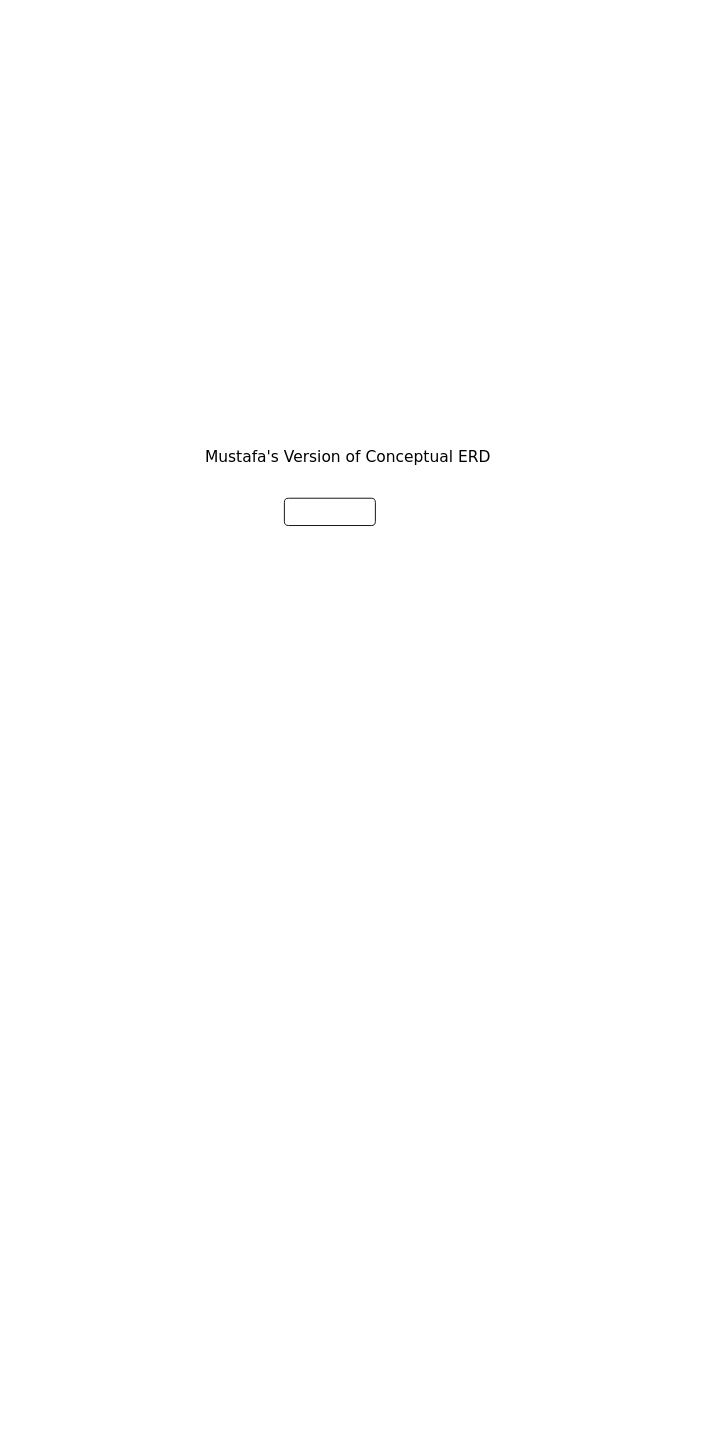
The draw.io diagram ERDs/01.Conceptual/Mustafa - Conceptual ERD.drawio in call911kid/ITI-LMS, before the edit. Source tidied: cells renumbered, new cells numbered last; positions are measured from the earlier drawing's top-left corner, leaving out a move shared by most shapes. Both pictures are drawn from the tidied source at 91%, with x=0, y=0 at pixel (197, 443).
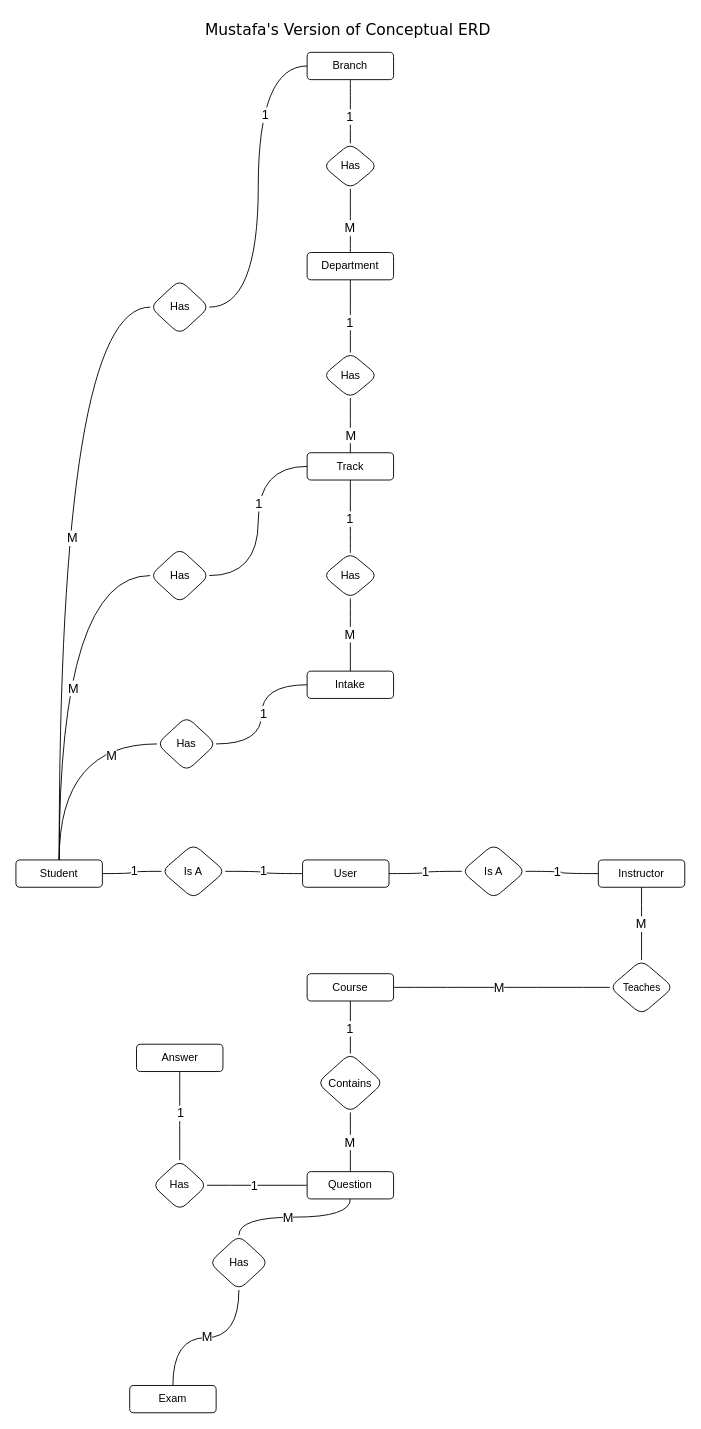
After the change.

Commit message (it also covers changes not shown here):
organizational hierarchy and user roles

Diff of the diagram source:
```diff
@@
     <mxCell id="2" value="Mustafa's Version of Conceptual ERD" style="text;html=1;whiteSpace=wrap;strokeColor=none;fillColor=none;align=center;verticalAlign=middle;rounded=0;fontFamily=Verdana;fontSize=17;" parent="1" vertex="1">
-      <mxGeometry width="330" height="30" as="geometry" />
+      <mxGeometry y="-470" width="330" height="30" as="geometry" />
     </mxCell>
+    <mxCell id="4" style="edgeStyle=orthogonalEdgeStyle;shape=connector;curved=1;rounded=0;jettySize=auto;html=1;strokeColor=default;align=center;verticalAlign=middle;fontFamily=Helvetica;fontSize=12;fontColor=default;labelBackgroundColor=default;endArrow=none;endFill=0;" parent="1" edge="1" source="3" target="58">
+      <mxGeometry relative="1" as="geometry" />
+    </mxCell>
+    <mxCell id="5" value="1" style="edgeLabel;html=1;align=center;verticalAlign=middle;rounded=1;strokeColor=default;fontFamily=Helvetica;fontSize=14;fontColor=default;fillColor=default;" parent="4" vertex="1">
+      <mxGeometry x="0.03" y="1" relative="1" as="geometry" />
+    </mxCell>
+    <mxCell id="6" style="edgeStyle=orthogonalEdgeStyle;shape=connector;curved=1;rounded=0;jettySize=auto;html=1;strokeColor=default;align=center;verticalAlign=middle;fontFamily=Helvetica;fontSize=12;fontColor=default;labelBackgroundColor=default;endArrow=none;endFill=0;" parent="1" edge="1" source="3" target="61">
+      <mxGeometry relative="1" as="geometry" />
+    </mxCell>
+    <mxCell id="7" value="1" style="edgeLabel;html=1;align=center;verticalAlign=middle;rounded=1;strokeColor=default;fontFamily=Helvetica;fontSize=14;fontColor=default;fillColor=default;" parent="6" vertex="1">
+      <mxGeometry x="0.04" y="-1" relative="1" as="geometry" />
+    </mxCell>
-    <mxCell id="3" style="rounded=1;whiteSpace=wrap;html=1;" parent="1" vertex="1">
-      <mxGeometry x="95" y="60" width="100" height="30" as="geometry" />
+    <mxCell id="3" value="User" style="rounded=1;whiteSpace=wrap;html=1;" parent="1" vertex="1">
+      <mxGeometry x="115" y="457.5" width="95" height="30" as="geometry" />
     </mxCell>
+    <mxCell id="8" style="edgeStyle=orthogonalEdgeStyle;shape=connector;curved=1;rounded=0;jettySize=auto;html=1;entryX=0;entryY=0.5;entryDx=0;entryDy=0;strokeColor=default;align=center;verticalAlign=middle;fontFamily=Helvetica;fontSize=12;fontColor=default;labelBackgroundColor=default;endArrow=none;endFill=0;exitX=0.5;exitY=0;exitDx=0;exitDy=0;" parent="1" edge="1" source="14" target="64">
+      <mxGeometry relative="1" as="geometry" />
+    </mxCell>
+    <mxCell id="9" value="M" style="edgeLabel;html=1;align=center;verticalAlign=middle;rounded=1;strokeColor=default;fontFamily=Helvetica;fontSize=14;fontColor=default;fillColor=default;" parent="8" vertex="1">
+      <mxGeometry x="0.57" y="-12" relative="1" as="geometry" />
+    </mxCell>
+    <mxCell id="10" style="edgeStyle=orthogonalEdgeStyle;shape=connector;curved=1;rounded=0;jettySize=auto;html=1;entryX=0;entryY=0.5;entryDx=0;entryDy=0;strokeColor=default;align=center;verticalAlign=middle;fontFamily=Helvetica;fontSize=12;fontColor=default;labelBackgroundColor=default;endArrow=none;endFill=0;exitX=0.5;exitY=0;exitDx=0;exitDy=0;" parent="1" edge="1" source="14" target="67">
+      <mxGeometry relative="1" as="geometry" />
+    </mxCell>
+    <mxCell id="11" value="M" style="edgeLabel;html=1;align=center;verticalAlign=middle;rounded=1;strokeColor=default;fontFamily=Helvetica;fontSize=14;fontColor=default;fillColor=default;" parent="10" vertex="1">
+      <mxGeometry x="-0.09" y="-15" relative="1" as="geometry">
+        <mxPoint y="-1" as="offset" />
+      </mxGeometry>
+    </mxCell>
+    <mxCell id="12" style="edgeStyle=orthogonalEdgeStyle;shape=connector;curved=1;rounded=0;jettySize=auto;html=1;entryX=0;entryY=0.5;entryDx=0;entryDy=0;strokeColor=default;align=center;verticalAlign=middle;fontFamily=Helvetica;fontSize=12;fontColor=default;labelBackgroundColor=default;endArrow=none;endFill=0;exitX=0.5;exitY=0;exitDx=0;exitDy=0;" parent="1" edge="1" source="14" target="70">
+      <mxGeometry relative="1" as="geometry" />
+    </mxCell>
+    <mxCell id="13" value="M" style="edgeLabel;html=1;align=center;verticalAlign=middle;rounded=1;strokeColor=default;fontFamily=Helvetica;fontSize=14;fontColor=default;fillColor=default;" parent="12" vertex="1">
+      <mxGeometry y="-14" relative="1" as="geometry" />
+    </mxCell>
+    <mxCell id="14" value="Student" style="rounded=1;whiteSpace=wrap;html=1;" parent="1" vertex="1">
+      <mxGeometry x="-200" y="457.5" width="95" height="30" as="geometry" />
+    </mxCell>
+    <mxCell id="15" value="Instructor" style="rounded=1;whiteSpace=wrap;html=1;" parent="1" vertex="1">
+      <mxGeometry x="440" y="457.5" width="95" height="30" as="geometry" />
+    </mxCell>
+    <mxCell id="16" style="edgeStyle=orthogonalEdgeStyle;shape=connector;curved=1;rounded=0;jettySize=auto;html=1;strokeColor=default;align=center;verticalAlign=middle;fontFamily=Helvetica;fontSize=12;fontColor=default;labelBackgroundColor=default;endArrow=none;endFill=0;" parent="1" edge="1" source="18" target="31">
+      <mxGeometry relative="1" as="geometry" />
+    </mxCell>
+    <mxCell id="17" value="M" style="edgeLabel;html=1;align=center;verticalAlign=middle;rounded=1;strokeColor=default;fontFamily=Helvetica;fontSize=14;fontColor=default;fillColor=default;" parent="16" vertex="1">
+      <mxGeometry x="-0.03" relative="1" as="geometry" />
+    </mxCell>
+    <mxCell id="18" value="Course" style="rounded=1;whiteSpace=wrap;html=1;" parent="1" vertex="1">
+      <mxGeometry x="120" y="582.5" width="95" height="30" as="geometry" />
+    </mxCell>
+    <mxCell id="19" style="edgeStyle=orthogonalEdgeStyle;shape=connector;curved=1;rounded=0;jettySize=auto;html=1;strokeColor=default;align=center;verticalAlign=middle;fontFamily=Helvetica;fontSize=11;fontColor=default;labelBackgroundColor=default;endArrow=none;endFill=0;" parent="1" edge="1" source="25" target="35">
+      <mxGeometry relative="1" as="geometry" />
+    </mxCell>
+    <mxCell id="20" value="1" style="edgeLabel;html=1;align=center;verticalAlign=middle;fontFamily=Helvetica;fontSize=14;fontColor=default;labelBackgroundColor=default;" parent="19" vertex="1">
+      <mxGeometry x="-0.61" y="-1" relative="1" as="geometry">
+        <mxPoint x="-38" y="1" as="offset" />
+      </mxGeometry>
+    </mxCell>
+    <mxCell id="21" style="edgeStyle=orthogonalEdgeStyle;shape=connector;curved=1;rounded=0;jettySize=auto;html=1;entryX=0.5;entryY=0;entryDx=0;entryDy=0;strokeColor=default;align=center;verticalAlign=middle;fontFamily=Helvetica;fontSize=11;fontColor=default;labelBackgroundColor=default;endArrow=none;endFill=0;exitX=0.5;exitY=1;exitDx=0;exitDy=0;" parent="1" edge="1" source="25" target="55">
+      <mxGeometry relative="1" as="geometry" />
+    </mxCell>
+    <mxCell id="22" value="M" style="edgeLabel;html=1;align=center;verticalAlign=middle;fontFamily=Helvetica;fontSize=14;fontColor=default;labelBackgroundColor=default;" parent="21" vertex="1">
+      <mxGeometry x="-0.55" y="-6" relative="1" as="geometry">
+        <mxPoint x="-52" y="6" as="offset" />
+      </mxGeometry>
+    </mxCell>
+    <mxCell id="23" style="edgeStyle=orthogonalEdgeStyle;shape=connector;curved=1;rounded=0;jettySize=auto;html=1;strokeColor=default;align=center;verticalAlign=middle;fontFamily=Helvetica;fontSize=12;fontColor=default;labelBackgroundColor=default;endArrow=none;endFill=0;" parent="1" edge="1" source="25" target="73">
+      <mxGeometry relative="1" as="geometry" />
+    </mxCell>
+    <mxCell id="24" value="M" style="edgeLabel;html=1;align=center;verticalAlign=middle;rounded=1;strokeColor=default;fontFamily=Helvetica;fontSize=14;fontColor=default;fillColor=default;" parent="23" vertex="1">
+      <mxGeometry x="0.02" y="1" relative="1" as="geometry" />
+    </mxCell>
+    <mxCell id="25" value="Question" style="rounded=1;whiteSpace=wrap;html=1;" parent="1" vertex="1">
+      <mxGeometry x="120" y="800" width="95" height="30" as="geometry" />
+    </mxCell>
+    <mxCell id="26" style="edgeStyle=orthogonalEdgeStyle;shape=connector;curved=1;rounded=0;jettySize=auto;html=1;strokeColor=default;align=center;verticalAlign=middle;fontFamily=Helvetica;fontSize=11;fontColor=default;labelBackgroundColor=default;endArrow=none;endFill=0;" parent="1" edge="1" source="28" target="55">
+      <mxGeometry relative="1" as="geometry" />
+    </mxCell>
+    <mxCell id="27" value="M" style="edgeLabel;html=1;align=center;verticalAlign=middle;fontFamily=Helvetica;fontSize=14;fontColor=default;labelBackgroundColor=default;" parent="26" vertex="1">
+      <mxGeometry y="1" relative="1" as="geometry" />
+    </mxCell>
+    <mxCell id="28" value="Exam" style="rounded=1;whiteSpace=wrap;html=1;" parent="1" vertex="1">
+      <mxGeometry x="-75" y="1035" width="95" height="30" as="geometry" />
+    </mxCell>
+    <mxCell id="29" style="edgeStyle=orthogonalEdgeStyle;shape=connector;curved=1;rounded=0;jettySize=auto;html=1;entryX=0.5;entryY=1;entryDx=0;entryDy=0;strokeColor=default;align=center;verticalAlign=middle;fontFamily=Helvetica;fontSize=11;fontColor=default;labelBackgroundColor=default;endArrow=none;endFill=0;" parent="1" edge="1" source="31" target="15">
+      <mxGeometry relative="1" as="geometry" />
+    </mxCell>
+    <mxCell id="30" value="M" style="edgeLabel;html=1;align=center;verticalAlign=middle;rounded=1;strokeColor=default;fontFamily=Helvetica;fontSize=14;fontColor=default;fillColor=default;" parent="29" vertex="1">
+      <mxGeometry x="-0.01" y="1" relative="1" as="geometry" />
+    </mxCell>
+    <mxCell id="31" value="Teaches" style="rhombus;whiteSpace=wrap;html=1;fontFamily=Helvetica;fontSize=11;fontColor=default;labelBackgroundColor=default;rounded=1;" parent="1" vertex="1">
+      <mxGeometry x="452.5" y="567.5" width="70" height="60" as="geometry" />
+    </mxCell>
+    <mxCell id="32" value="Answer" style="rounded=1;whiteSpace=wrap;html=1;" parent="1" vertex="1">
+      <mxGeometry x="-67.5" y="660" width="95" height="30" as="geometry" />
+    </mxCell>
+    <mxCell id="33" style="edgeStyle=orthogonalEdgeStyle;shape=connector;curved=1;rounded=0;jettySize=auto;html=1;strokeColor=default;align=center;verticalAlign=middle;fontFamily=Helvetica;fontSize=11;fontColor=default;labelBackgroundColor=default;endArrow=none;endFill=0;" parent="1" edge="1" source="35" target="32">
+      <mxGeometry relative="1" as="geometry" />
+    </mxCell>
+    <mxCell id="34" value="1" style="edgeLabel;html=1;align=center;verticalAlign=middle;fontFamily=Helvetica;fontSize=14;fontColor=default;labelBackgroundColor=default;" parent="33" vertex="1">
+      <mxGeometry x="0.05" y="-1" relative="1" as="geometry">
+        <mxPoint x="-1" y="-1" as="offset" />
+      </mxGeometry>
+    </mxCell>
+    <mxCell id="35" value="Has" style="rhombus;whiteSpace=wrap;html=1;rounded=1;" parent="1" vertex="1">
+      <mxGeometry x="-50" y="787.5" width="60" height="55" as="geometry" />
+    </mxCell>
+    <mxCell id="36" style="edgeStyle=orthogonalEdgeStyle;shape=connector;curved=1;rounded=0;jettySize=auto;html=1;strokeColor=default;align=center;verticalAlign=middle;fontFamily=Helvetica;fontSize=12;fontColor=default;labelBackgroundColor=default;endArrow=none;endFill=0;" parent="1" edge="1" source="38" target="46">
+      <mxGeometry relative="1" as="geometry" />
+    </mxCell>
+    <mxCell id="37" value="1" style="edgeLabel;html=1;align=center;verticalAlign=middle;rounded=1;strokeColor=default;fontFamily=Helvetica;fontSize=14;fontColor=default;fillColor=default;" parent="36" vertex="1">
+      <mxGeometry x="0.14" y="-1" relative="1" as="geometry" />
+    </mxCell>
+    <mxCell id="38" value="Branch" style="rounded=1;whiteSpace=wrap;html=1;" parent="1" vertex="1">
+      <mxGeometry x="120" y="-430" width="95" height="30" as="geometry" />
+    </mxCell>
+    <mxCell id="39" style="edgeStyle=orthogonalEdgeStyle;shape=connector;curved=1;rounded=0;jettySize=auto;html=1;entryX=0.5;entryY=0;entryDx=0;entryDy=0;strokeColor=default;align=center;verticalAlign=middle;fontFamily=Helvetica;fontSize=11;fontColor=default;labelBackgroundColor=default;endArrow=none;endFill=0;" parent="1" edge="1" source="43" target="49">
+      <mxGeometry relative="1" as="geometry" />
+    </mxCell>
+    <mxCell id="40" value="1" style="edgeLabel;html=1;align=center;verticalAlign=middle;fontFamily=Helvetica;fontSize=14;fontColor=default;labelBackgroundColor=default;" parent="39" vertex="1">
+      <mxGeometry x="0.15" y="-1" relative="1" as="geometry" />
+    </mxCell>
+    <mxCell id="41" style="edgeStyle=orthogonalEdgeStyle;shape=connector;curved=1;rounded=0;jettySize=auto;html=1;entryX=0.5;entryY=1;entryDx=0;entryDy=0;strokeColor=default;align=center;verticalAlign=middle;fontFamily=Helvetica;fontSize=12;fontColor=default;labelBackgroundColor=default;endArrow=none;endFill=0;" parent="1" edge="1" source="43" target="46">
+      <mxGeometry relative="1" as="geometry" />
+    </mxCell>
+    <mxCell id="42" value="M" style="edgeLabel;html=1;align=center;verticalAlign=middle;rounded=1;strokeColor=default;fontFamily=Helvetica;fontSize=14;fontColor=default;fillColor=default;" parent="41" vertex="1">
+      <mxGeometry x="-0.2" y="1" relative="1" as="geometry" />
+    </mxCell>
+    <mxCell id="43" value="Department" style="rounded=1;whiteSpace=wrap;html=1;" parent="1" vertex="1">
+      <mxGeometry x="120" y="-210" width="95" height="30" as="geometry" />
+    </mxCell>
+    <mxCell id="44" value="Intake" style="rounded=1;whiteSpace=wrap;html=1;" parent="1" vertex="1">
+      <mxGeometry x="120" y="250" width="95" height="30" as="geometry" />
+    </mxCell>
+    <mxCell id="45" value="Track" style="rounded=1;whiteSpace=wrap;html=1;" parent="1" vertex="1">
+      <mxGeometry x="120" y="10" width="95" height="30" as="geometry" />
+    </mxCell>
+    <mxCell id="46" value="Has" style="rhombus;whiteSpace=wrap;html=1;rounded=1;" parent="1" vertex="1">
+      <mxGeometry x="137.5" y="-330" width="60" height="50" as="geometry" />
+    </mxCell>
+    <mxCell id="47" style="edgeStyle=orthogonalEdgeStyle;shape=connector;curved=1;rounded=0;jettySize=auto;html=1;strokeColor=default;align=center;verticalAlign=middle;fontFamily=Helvetica;fontSize=11;fontColor=default;labelBackgroundColor=default;endArrow=none;endFill=0;" parent="1" edge="1" source="49" target="45">
+      <mxGeometry relative="1" as="geometry" />
+    </mxCell>
+    <mxCell id="48" value="M" style="edgeLabel;html=1;align=center;verticalAlign=middle;rounded=1;strokeColor=default;fontFamily=Helvetica;fontSize=14;fontColor=default;fillColor=default;" parent="47" vertex="1">
+      <mxGeometry x="0.18" y="13" relative="1" as="geometry">
+        <mxPoint x="-13" y="5" as="offset" />
+      </mxGeometry>
+    </mxCell>
+    <mxCell id="49" value="Has" style="rhombus;whiteSpace=wrap;html=1;rounded=1;" parent="1" vertex="1">
+      <mxGeometry x="137.5" y="-100" width="60" height="50" as="geometry" />
+    </mxCell>
+    <mxCell id="50" style="edgeStyle=orthogonalEdgeStyle;shape=connector;curved=1;rounded=0;jettySize=auto;html=1;entryX=0.5;entryY=1;entryDx=0;entryDy=0;strokeColor=default;align=center;verticalAlign=middle;fontFamily=Helvetica;fontSize=11;fontColor=default;labelBackgroundColor=default;endArrow=none;endFill=0;" parent="1" edge="1" source="54" target="45">
+      <mxGeometry relative="1" as="geometry" />
+    </mxCell>
+    <mxCell id="51" value="1" style="edgeLabel;html=1;align=center;verticalAlign=middle;rounded=1;strokeColor=default;fontFamily=Helvetica;fontSize=14;fontColor=default;fillColor=default;" parent="50" vertex="1">
+      <mxGeometry x="-0.04" y="1" relative="1" as="geometry" />
+    </mxCell>
+    <mxCell id="52" style="edgeStyle=orthogonalEdgeStyle;shape=connector;curved=1;rounded=0;jettySize=auto;html=1;strokeColor=default;align=center;verticalAlign=middle;fontFamily=Helvetica;fontSize=12;fontColor=default;labelBackgroundColor=default;endArrow=none;endFill=0;" parent="1" edge="1" source="54" target="44">
+      <mxGeometry relative="1" as="geometry" />
+    </mxCell>
+    <mxCell id="53" value="M" style="edgeLabel;html=1;align=center;verticalAlign=middle;rounded=1;strokeColor=default;fontFamily=Helvetica;fontSize=14;fontColor=default;fillColor=default;" parent="52" vertex="1">
+      <mxGeometry x="-0.03" y="-1" relative="1" as="geometry" />
+    </mxCell>
+    <mxCell id="54" value="Has" style="rhombus;whiteSpace=wrap;html=1;rounded=1;" parent="1" vertex="1">
+      <mxGeometry x="137.5" y="120" width="60" height="50" as="geometry" />
+    </mxCell>
+    <mxCell id="55" value="Has" style="rhombus;whiteSpace=wrap;html=1;rounded=1;" parent="1" vertex="1">
+      <mxGeometry x="12.5" y="870" width="65" height="60" as="geometry" />
+    </mxCell>
+    <mxCell id="56" style="edgeStyle=orthogonalEdgeStyle;shape=connector;curved=1;rounded=0;jettySize=auto;html=1;entryX=0;entryY=0.5;entryDx=0;entryDy=0;strokeColor=default;align=center;verticalAlign=middle;fontFamily=Helvetica;fontSize=12;fontColor=default;labelBackgroundColor=default;endArrow=none;endFill=0;" parent="1" edge="1" source="58" target="15">
+      <mxGeometry relative="1" as="geometry" />
+    </mxCell>
+    <mxCell id="57" value="1" style="edgeLabel;html=1;align=center;verticalAlign=middle;rounded=1;strokeColor=default;fontFamily=Helvetica;fontSize=14;fontColor=default;fillColor=default;" parent="56" vertex="1">
+      <mxGeometry x="-0.18" relative="1" as="geometry" />
+    </mxCell>
+    <mxCell id="58" value="Is A" style="rhombus;whiteSpace=wrap;html=1;rounded=1;" parent="1" vertex="1">
+      <mxGeometry x="290" y="440" width="70" height="60" as="geometry" />
+    </mxCell>
+    <mxCell id="59" style="edgeStyle=orthogonalEdgeStyle;shape=connector;curved=1;rounded=0;jettySize=auto;html=1;strokeColor=default;align=center;verticalAlign=middle;fontFamily=Helvetica;fontSize=12;fontColor=default;labelBackgroundColor=default;endArrow=none;endFill=0;" parent="1" edge="1" source="61" target="14">
+      <mxGeometry relative="1" as="geometry" />
+    </mxCell>
+    <mxCell id="60" value="1" style="edgeLabel;html=1;align=center;verticalAlign=middle;rounded=1;strokeColor=default;fontFamily=Helvetica;fontSize=14;fontColor=default;fillColor=default;" parent="59" vertex="1">
+      <mxGeometry x="-0.08" y="-1" relative="1" as="geometry" />
+    </mxCell>
+    <mxCell id="61" value="Is A" style="rhombus;whiteSpace=wrap;html=1;rounded=1;" parent="1" vertex="1">
+      <mxGeometry x="-40" y="440" width="70" height="60" as="geometry" />
+    </mxCell>
+    <mxCell id="62" style="edgeStyle=orthogonalEdgeStyle;shape=connector;curved=1;rounded=0;jettySize=auto;html=1;entryX=0;entryY=0.5;entryDx=0;entryDy=0;strokeColor=default;align=center;verticalAlign=middle;fontFamily=Helvetica;fontSize=12;fontColor=default;labelBackgroundColor=default;endArrow=none;endFill=0;" parent="1" edge="1" source="64" target="44">
+      <mxGeometry relative="1" as="geometry" />
+    </mxCell>
+    <mxCell id="63" value="1" style="edgeLabel;html=1;align=center;verticalAlign=middle;rounded=1;strokeColor=default;fontFamily=Helvetica;fontSize=14;fontColor=default;fillColor=default;" parent="62" vertex="1">
+      <mxGeometry x="0.01" y="-1" relative="1" as="geometry">
+        <mxPoint y="-1" as="offset" />
+      </mxGeometry>
+    </mxCell>
+    <mxCell id="64" value="Has" style="rhombus;whiteSpace=wrap;html=1;rounded=1;" parent="1" vertex="1">
+      <mxGeometry x="-45" y="300" width="65" height="60" as="geometry" />
+    </mxCell>
+    <mxCell id="65" style="edgeStyle=orthogonalEdgeStyle;shape=connector;curved=1;rounded=0;jettySize=auto;html=1;entryX=0;entryY=0.5;entryDx=0;entryDy=0;strokeColor=default;align=center;verticalAlign=middle;fontFamily=Helvetica;fontSize=12;fontColor=default;labelBackgroundColor=default;endArrow=none;endFill=0;" parent="1" edge="1" source="67" target="45">
+      <mxGeometry relative="1" as="geometry" />
+    </mxCell>
+    <mxCell id="66" value="1" style="edgeLabel;html=1;align=center;verticalAlign=middle;rounded=1;strokeColor=default;fontFamily=Helvetica;fontSize=14;fontColor=default;fillColor=default;" parent="65" vertex="1">
+      <mxGeometry x="0.16" relative="1" as="geometry">
+        <mxPoint y="-1" as="offset" />
+      </mxGeometry>
+    </mxCell>
+    <mxCell id="67" value="Has" style="rhombus;whiteSpace=wrap;html=1;rounded=1;" parent="1" vertex="1">
+      <mxGeometry x="-52.5" y="115" width="65" height="60" as="geometry" />
+    </mxCell>
+    <mxCell id="68" style="edgeStyle=orthogonalEdgeStyle;shape=connector;curved=1;rounded=0;jettySize=auto;html=1;entryX=0;entryY=0.5;entryDx=0;entryDy=0;strokeColor=default;align=center;verticalAlign=middle;fontFamily=Helvetica;fontSize=12;fontColor=default;labelBackgroundColor=default;endArrow=none;endFill=0;" parent="1" edge="1" source="70" target="38">
+      <mxGeometry relative="1" as="geometry" />
+    </mxCell>
+    <mxCell id="69" value="1" style="edgeLabel;html=1;align=center;verticalAlign=middle;rounded=1;strokeColor=default;fontFamily=Helvetica;fontSize=14;fontColor=default;fillColor=default;" parent="68" vertex="1">
+      <mxGeometry x="0.42" y="-7" relative="1" as="geometry">
+        <mxPoint y="-1" as="offset" />
+      </mxGeometry>
+    </mxCell>
+    <mxCell id="70" value="Has" style="rhombus;whiteSpace=wrap;html=1;rounded=1;" parent="1" vertex="1">
+      <mxGeometry x="-52.5" y="-180" width="65" height="60" as="geometry" />
+    </mxCell>
+    <mxCell id="71" style="edgeStyle=orthogonalEdgeStyle;shape=connector;curved=1;rounded=0;jettySize=auto;html=1;entryX=0.5;entryY=1;entryDx=0;entryDy=0;strokeColor=default;align=center;verticalAlign=middle;fontFamily=Helvetica;fontSize=12;fontColor=default;labelBackgroundColor=default;endArrow=none;endFill=0;" parent="1" edge="1" source="73" target="18">
+      <mxGeometry relative="1" as="geometry" />
+    </mxCell>
+    <mxCell id="72" value="1" style="edgeLabel;html=1;align=center;verticalAlign=middle;rounded=1;strokeColor=default;fontFamily=Helvetica;fontSize=14;fontColor=default;fillColor=default;" parent="71" vertex="1">
+      <mxGeometry x="-0.01" y="1" relative="1" as="geometry" />
+    </mxCell>
+    <mxCell id="73" value="Contains" style="rhombus;whiteSpace=wrap;html=1;rounded=1;" parent="1" vertex="1">
+      <mxGeometry x="131.2" y="670" width="72.5" height="65" as="geometry" />
+    </mxCell>
```
